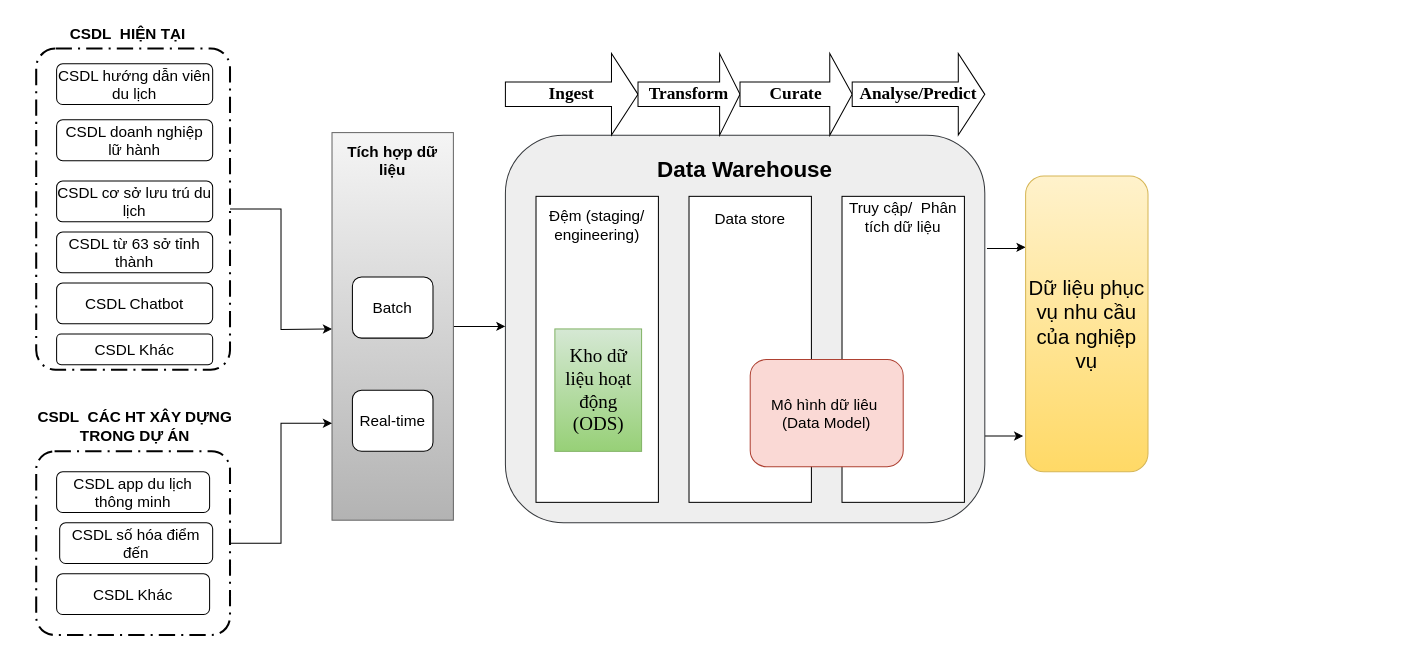
The draw.io diagram page "Page-3" (3 of 4) of so-do-draw/tcdl.drawio in letheanh12345/Draw-io, before the edit. Source tidied: cells renumbered, new cells numbered last; positions are measured from the earlier drawing's top-left corner, leaving out a move shared by most shapes. Both pictures are drawn from the tidied source at 102%, with x=0, y=0 at pixel (17, 17).
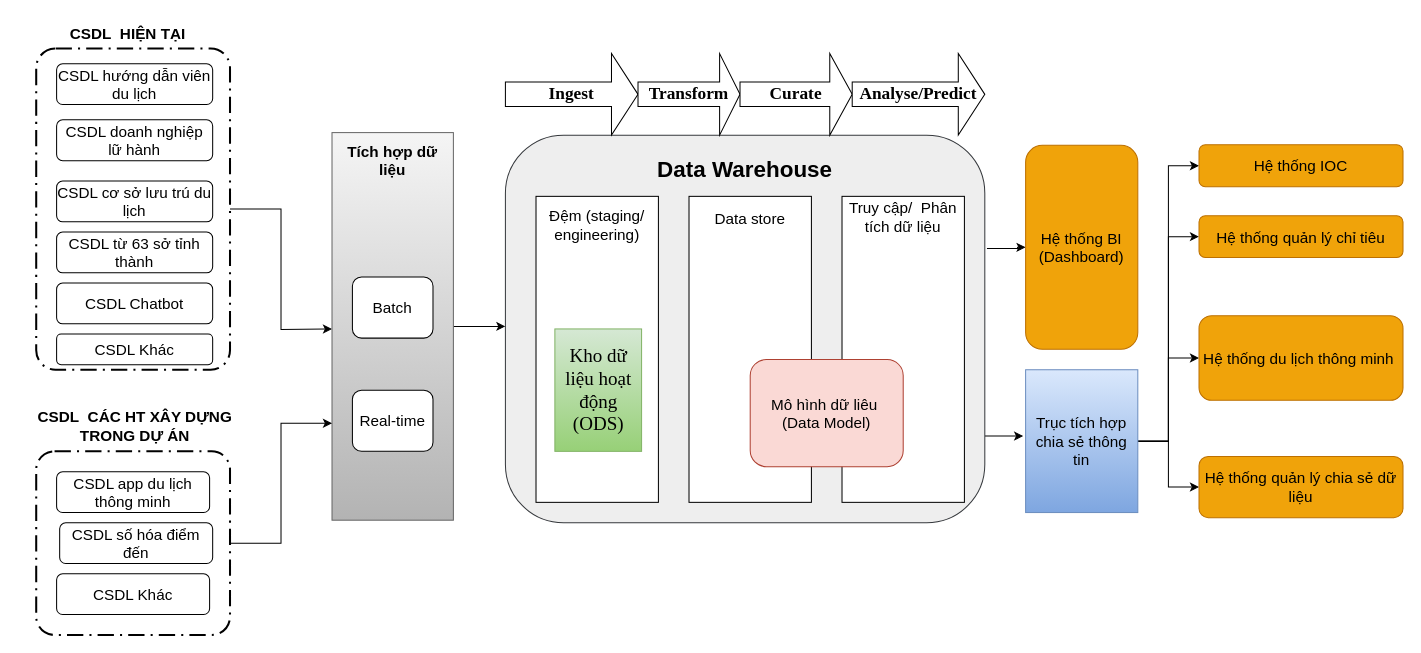
Above is the later version.

Change to the diagram source:
```diff
@@
-    <mxCell id="31" value="&lt;font style=&quot;font-size: 20px;&quot;&gt;Dữ liệu phục vụ nhu cầu của nghiệp vụ&lt;/font&gt;" style="rounded=1;whiteSpace=wrap;html=1;fillColor=#fff2cc;strokeColor=#d6b656;gradientColor=#ffd966;" parent="1" vertex="1">
-      <mxGeometry x="988" y="155" width="120" height="290" as="geometry" />
-    </mxCell>
@@
+    <mxCell id="39" value="Hệ thống BI (Dashboard)" style="rounded=1;whiteSpace=wrap;html=1;fontSize=15;fillColor=#f0a30a;fontColor=#000000;strokeColor=#BD7000;" parent="1" vertex="1">
+      <mxGeometry x="988" y="125" width="110" height="200" as="geometry" />
+    </mxCell>
+    <mxCell id="40" style="edgeStyle=orthogonalEdgeStyle;rounded=0;jettySize=auto;html=1;entryX=0;entryY=0.5;entryDx=0;entryDy=0;" parent="1" edge="1" source="44" target="45">
+      <mxGeometry relative="1" as="geometry" />
+    </mxCell>
+    <mxCell id="41" style="edgeStyle=orthogonalEdgeStyle;rounded=0;jettySize=auto;html=1;entryX=0;entryY=0.5;entryDx=0;entryDy=0;" parent="1" edge="1" source="44" target="46">
+      <mxGeometry relative="1" as="geometry" />
+    </mxCell>
+    <mxCell id="42" style="edgeStyle=orthogonalEdgeStyle;rounded=0;jettySize=auto;html=1;entryX=0;entryY=0.5;entryDx=0;entryDy=0;" parent="1" edge="1" source="44" target="47">
+      <mxGeometry relative="1" as="geometry">
+        <Array as="points">
+          <mxPoint x="1128" y="415" />
+          <mxPoint x="1128" y="334" />
+        </Array>
+      </mxGeometry>
+    </mxCell>
+    <mxCell id="43" style="edgeStyle=orthogonalEdgeStyle;rounded=0;jettySize=auto;html=1;entryX=0;entryY=0.5;entryDx=0;entryDy=0;" parent="1" edge="1" source="44" target="48">
+      <mxGeometry relative="1" as="geometry" />
+    </mxCell>
+    <mxCell id="44" value="Trục tích hợp chia sẻ thông tin" style="rounded=0;whiteSpace=wrap;html=1;fontSize=15;fillColor=#dae8fc;gradientColor=#7ea6e0;strokeColor=#6c8ebf;" parent="1" vertex="1">
+      <mxGeometry x="988" y="345" width="110" height="140" as="geometry" />
+    </mxCell>
+    <mxCell id="45" value="Hệ thống IOC" style="rounded=1;whiteSpace=wrap;html=1;fontSize=15;fillColor=#f0a30a;fontColor=#000000;strokeColor=#BD7000;" parent="1" vertex="1">
+      <mxGeometry x="1158" y="124.5" width="200" height="41" as="geometry" />
+    </mxCell>
+    <mxCell id="46" value="Hệ thống quản lý chỉ tiêu" style="rounded=1;whiteSpace=wrap;html=1;fontSize=15;fillColor=#f0a30a;fontColor=#000000;strokeColor=#BD7000;" parent="1" vertex="1">
+      <mxGeometry x="1158" y="194" width="200" height="41" as="geometry" />
+    </mxCell>
+    <mxCell id="47" value="Hệ thống du lịch thông minh&amp;nbsp;" style="rounded=1;whiteSpace=wrap;html=1;fontSize=15;fillColor=#f0a30a;fontColor=#000000;strokeColor=#BD7000;" parent="1" vertex="1">
+      <mxGeometry x="1158" y="292" width="200" height="83" as="geometry" />
+    </mxCell>
+    <mxCell id="48" value="Hệ thống quản lý chia sẻ dữ liệu" style="rounded=1;whiteSpace=wrap;html=1;fontSize=15;fillColor=#f0a30a;fontColor=#000000;strokeColor=#BD7000;" parent="1" vertex="1">
+      <mxGeometry x="1158" y="430" width="200" height="60" as="geometry" />
+    </mxCell>
```
